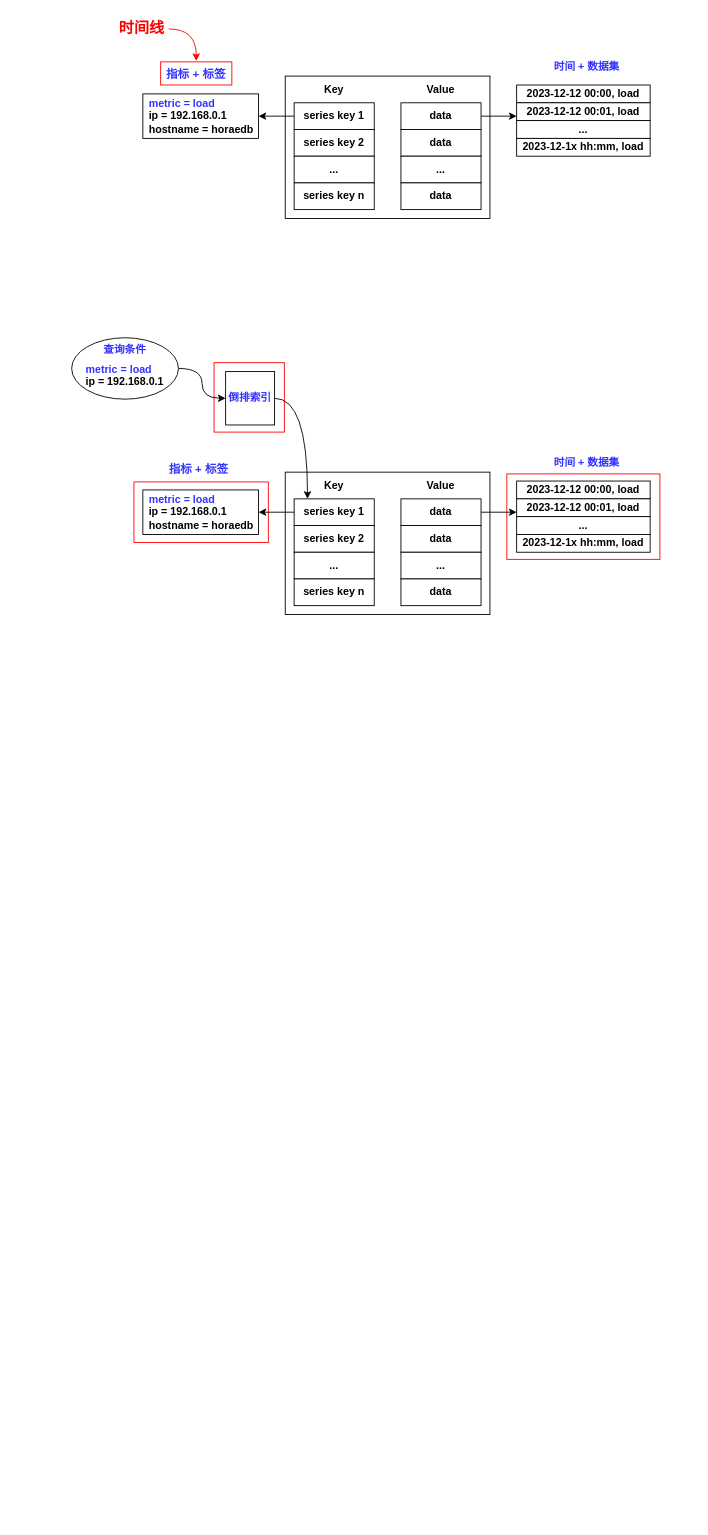
Above: series.drawio in Rachelint/drawio-store (draw.io), before the change. Source tidied: cells renumbered, new cells numbered last; positions are measured from the earlier drawing's top-left corner, leaving out a move shared by most shapes. Both pictures are drawn from the tidied source at 89%, with x=0, y=0 at pixel (71, 15).
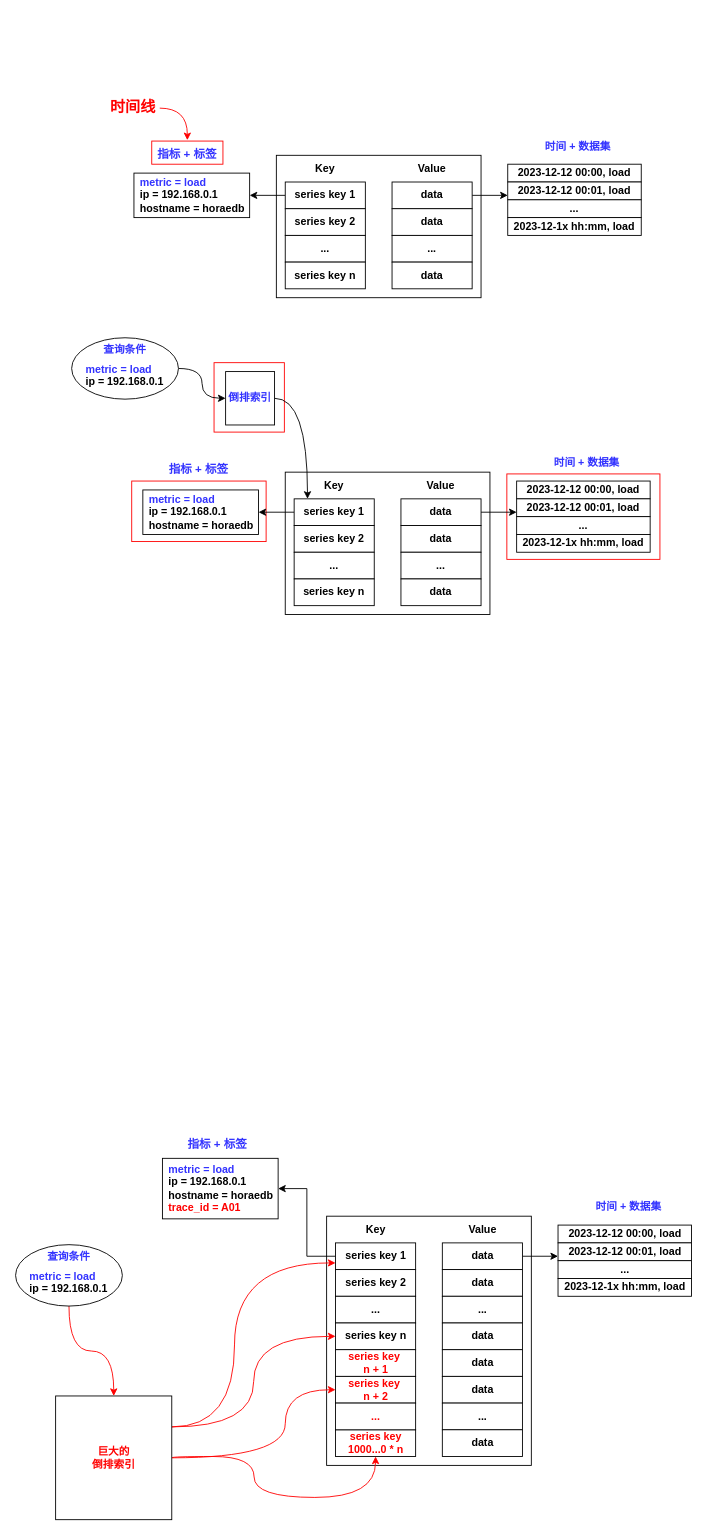
Above is the later version.

Diff of the diagram source:
```diff
@@
     <mxCell id="3" style="rounded=0;whiteSpace=wrap;html=1;strokeColor=#FF0000;" parent="1" vertex="1">
-      <mxGeometry x="70" y="524" width="151" height="68" as="geometry" />
+      <mxGeometry x="67.5" y="523" width="151" height="68" as="geometry" />
     </mxCell>
@@
     <mxCell id="7" style="rounded=0;whiteSpace=wrap;html=1;strokeColor=#FF0000;" parent="1" vertex="1">
-      <mxGeometry x="100" y="52" width="80" height="26" as="geometry" />
+      <mxGeometry x="90" y="141" width="80" height="26" as="geometry" />
     </mxCell>
     <mxCell id="8" style="rounded=0;whiteSpace=wrap;html=1;fontStyle=1;" parent="1" vertex="1">
-      <mxGeometry x="240" y="68" width="230" height="160" as="geometry" />
+      <mxGeometry x="230" y="157" width="230" height="160" as="geometry" />
     </mxCell>
     <mxCell id="9" style="rounded=0;whiteSpace=wrap;html=1;" parent="1" vertex="1">
-      <mxGeometry x="80" y="88" width="130" height="50" as="geometry" />
+      <mxGeometry x="70" y="177" width="130" height="50" as="geometry" />
     </mxCell>
     <mxCell id="10" value="&lt;div align=&quot;left&quot;&gt;&lt;b&gt;&lt;font color=&quot;#3333ff&quot;&gt;metric = load&lt;/font&gt;&lt;/b&gt;&lt;/div&gt;&lt;div align=&quot;left&quot;&gt;&lt;b&gt;ip = 192.168.0.1&lt;/b&gt;&lt;/div&gt;&lt;div align=&quot;left&quot;&gt;&lt;b&gt;hostname = horaedb&lt;br&gt;&lt;/b&gt;&lt;/div&gt;" style="text;html=1;strokeColor=none;fillColor=none;align=left;verticalAlign=middle;whiteSpace=wrap;rounded=0;" parent="1" vertex="1">
-      <mxGeometry x="85" y="98" width="120" height="30" as="geometry" />
+      <mxGeometry x="75" y="187" width="120" height="30" as="geometry" />
     </mxCell>
@@
     <mxCell id="12" value="series key 1" style="rounded=0;whiteSpace=wrap;html=1;fontStyle=1;" parent="1" vertex="1">
-      <mxGeometry x="250" y="98" width="90" height="30" as="geometry" />
+      <mxGeometry x="240" y="187" width="90" height="30" as="geometry" />
     </mxCell>
     <mxCell id="13" value="series key 2" style="rounded=0;whiteSpace=wrap;html=1;fontStyle=1;" parent="1" vertex="1">
-      <mxGeometry x="250" y="128" width="90" height="30" as="geometry" />
+      <mxGeometry x="240" y="217" width="90" height="30" as="geometry" />
     </mxCell>
     <mxCell id="14" value="&lt;span&gt;...&lt;/span&gt;" style="rounded=0;whiteSpace=wrap;html=1;fontStyle=1;" parent="1" vertex="1">
-      <mxGeometry x="250" y="158" width="90" height="30" as="geometry" />
+      <mxGeometry x="240" y="247" width="90" height="30" as="geometry" />
     </mxCell>
     <mxCell id="15" value="series key n" style="rounded=0;whiteSpace=wrap;html=1;fontStyle=1;" parent="1" vertex="1">
-      <mxGeometry x="250" y="188" width="90" height="30" as="geometry" />
+      <mxGeometry x="240" y="277" width="90" height="30" as="geometry" />
     </mxCell>
@@
     <mxCell id="17" value="data" style="rounded=0;whiteSpace=wrap;html=1;fontStyle=1;" parent="1" vertex="1">
-      <mxGeometry x="370" y="98" width="90" height="30" as="geometry" />
+      <mxGeometry x="360" y="187" width="90" height="30" as="geometry" />
     </mxCell>
     <mxCell id="18" value="data" style="rounded=0;whiteSpace=wrap;html=1;fontStyle=1;" parent="1" vertex="1">
-      <mxGeometry x="370" y="128" width="90" height="30" as="geometry" />
+      <mxGeometry x="360" y="217" width="90" height="30" as="geometry" />
     </mxCell>
     <mxCell id="19" value="&lt;span&gt;...&lt;/span&gt;" style="rounded=0;whiteSpace=wrap;html=1;fontStyle=1;" parent="1" vertex="1">
-      <mxGeometry x="370" y="158" width="90" height="30" as="geometry" />
+      <mxGeometry x="360" y="247" width="90" height="30" as="geometry" />
     </mxCell>
     <mxCell id="20" value="data" style="rounded=0;whiteSpace=wrap;html=1;fontStyle=1;" parent="1" vertex="1">
-      <mxGeometry x="370" y="188" width="90" height="30" as="geometry" />
+      <mxGeometry x="360" y="277" width="90" height="30" as="geometry" />
     </mxCell>
     <mxCell id="21" value="Key" style="text;html=1;strokeColor=none;fillColor=none;align=center;verticalAlign=middle;whiteSpace=wrap;rounded=0;fontStyle=1;" parent="1" vertex="1">
-      <mxGeometry x="265" y="68" width="60" height="30" as="geometry" />
+      <mxGeometry x="255" y="157" width="60" height="30" as="geometry" />
     </mxCell>
     <mxCell id="22" value="Value" style="text;html=1;strokeColor=none;fillColor=none;align=center;verticalAlign=middle;whiteSpace=wrap;rounded=0;fontStyle=1;" parent="1" vertex="1">
-      <mxGeometry x="385" y="68" width="60" height="30" as="geometry" />
+      <mxGeometry x="375" y="157" width="60" height="30" as="geometry" />
     </mxCell>
     <mxCell id="23" value="2023-12-12 00:00, load" style="rounded=0;whiteSpace=wrap;html=1;fontStyle=1;" parent="1" vertex="1">
-      <mxGeometry x="500" y="78" width="150" height="20" as="geometry" />
+      <mxGeometry x="490" y="167" width="150" height="20" as="geometry" />
     </mxCell>
     <mxCell id="24" value="2023-12-12 00:01, load" style="rounded=0;whiteSpace=wrap;html=1;fontStyle=1;" parent="1" vertex="1">
-      <mxGeometry x="500" y="98" width="150" height="20" as="geometry" />
+      <mxGeometry x="490" y="187" width="150" height="20" as="geometry" />
     </mxCell>
     <mxCell id="25" value="&lt;span&gt;...&lt;br&gt;&lt;/span&gt;" style="rounded=0;whiteSpace=wrap;html=1;fontStyle=1;" parent="1" vertex="1">
-      <mxGeometry x="500" y="118" width="150" height="20" as="geometry" />
+      <mxGeometry x="490" y="207" width="150" height="20" as="geometry" />
     </mxCell>
     <mxCell id="26" value="2023-12-1x hh:mm, load" style="rounded=0;whiteSpace=wrap;html=1;fontStyle=1;" parent="1" vertex="1">
-      <mxGeometry x="500" y="138" width="150" height="20" as="geometry" />
+      <mxGeometry x="490" y="227" width="150" height="20" as="geometry" />
     </mxCell>
     <mxCell id="27" value="&lt;font color=&quot;#3333ff&quot; style=&quot;font-size: 13px;&quot;&gt;&lt;b&gt;指标 + 标签&lt;br&gt;&lt;/b&gt;&lt;/font&gt;" style="text;html=1;strokeColor=none;fillColor=none;align=center;verticalAlign=middle;whiteSpace=wrap;rounded=0;" parent="1" vertex="1">
-      <mxGeometry x="103" y="51" width="74" height="30" as="geometry" />
+      <mxGeometry x="93" y="140" width="74" height="30" as="geometry" />
     </mxCell>
     <mxCell id="28" value="&lt;font color=&quot;#3333ff&quot;&gt;&lt;b&gt;时间 + 数据集&lt;br&gt;&lt;/b&gt;&lt;/font&gt;" style="text;html=1;strokeColor=none;fillColor=none;align=center;verticalAlign=middle;whiteSpace=wrap;rounded=0;" parent="1" vertex="1">
-      <mxGeometry x="537" y="43" width="84" height="30" as="geometry" />
+      <mxGeometry x="527" y="132" width="84" height="30" as="geometry" />
     </mxCell>
@@
     <mxCell id="30" value="&lt;font color=&quot;#ff0000&quot; style=&quot;font-size: 17px;&quot;&gt;&lt;b style=&quot;font-size: 17px;&quot;&gt;时间线&lt;/b&gt;&lt;/font&gt;" style="text;html=1;strokeColor=none;fillColor=none;align=center;verticalAlign=middle;whiteSpace=wrap;rounded=0;fontColor=#3333FF;fontSize=17;" parent="1" vertex="1">
-      <mxGeometry x="49" width="60" height="30" as="geometry" />
+      <mxGeometry x="39" y="89" width="60" height="30" as="geometry" />
     </mxCell>
@@
+    <mxCell id="56" style="rounded=0;whiteSpace=wrap;html=1;fontStyle=1;" parent="1" vertex="1">
+      <mxGeometry x="286.5" y="1349" width="230" height="280" as="geometry" />
+    </mxCell>
+    <mxCell id="57" style="rounded=0;whiteSpace=wrap;html=1;" parent="1" vertex="1">
+      <mxGeometry x="102" y="1284" width="130" height="68" as="geometry" />
+    </mxCell>
+    <mxCell id="58" value="&lt;div align=&quot;left&quot;&gt;&lt;b&gt;&lt;font color=&quot;#3333ff&quot;&gt;metric = load&lt;/font&gt;&lt;/b&gt;&lt;/div&gt;&lt;div align=&quot;left&quot;&gt;&lt;b&gt;ip = 192.168.0.1&lt;/b&gt;&lt;/div&gt;&lt;div align=&quot;left&quot;&gt;&lt;b&gt;hostname = horaedb&lt;br&gt;&lt;/b&gt;&lt;/div&gt;&lt;div&gt;&lt;font color=&quot;#ff0000&quot;&gt;&lt;b&gt;trace_id = A01&lt;/b&gt;&lt;/font&gt;&lt;br&gt;&lt;/div&gt;" style="text;html=1;strokeColor=none;fillColor=none;align=left;verticalAlign=middle;whiteSpace=wrap;rounded=0;" parent="1" vertex="1">
+      <mxGeometry x="107" y="1294" width="120" height="48" as="geometry" />
+    </mxCell>
+    <mxCell id="59" style="edgeStyle=orthogonalEdgeStyle;rounded=0;jettySize=auto;html=1;exitX=0;exitY=0.5;exitDx=0;exitDy=0;entryX=1;entryY=0.5;entryDx=0;entryDy=0;fontStyle=1;" parent="1" edge="1" source="60" target="57">
+      <mxGeometry relative="1" as="geometry" />
+    </mxCell>
+    <mxCell id="60" value="series key 1" style="rounded=0;whiteSpace=wrap;html=1;fontStyle=1;" parent="1" vertex="1">
+      <mxGeometry x="296.5" y="1379" width="90" height="30" as="geometry" />
+    </mxCell>
+    <mxCell id="61" value="series key 2" style="rounded=0;whiteSpace=wrap;html=1;fontStyle=1;" parent="1" vertex="1">
+      <mxGeometry x="296.5" y="1409" width="90" height="30" as="geometry" />
+    </mxCell>
+    <mxCell id="62" value="&lt;span&gt;...&lt;/span&gt;" style="rounded=0;whiteSpace=wrap;html=1;fontStyle=1;" parent="1" vertex="1">
+      <mxGeometry x="296.5" y="1439" width="90" height="30" as="geometry" />
+    </mxCell>
+    <mxCell id="63" value="series key n" style="rounded=0;whiteSpace=wrap;html=1;fontStyle=1;" parent="1" vertex="1">
+      <mxGeometry x="296.5" y="1469" width="90" height="30" as="geometry" />
+    </mxCell>
+    <mxCell id="64" style="edgeStyle=orthogonalEdgeStyle;rounded=0;jettySize=auto;html=1;exitX=1;exitY=0.5;exitDx=0;exitDy=0;entryX=0;entryY=0.75;entryDx=0;entryDy=0;" parent="1" edge="1" source="65" target="72">
+      <mxGeometry relative="1" as="geometry" />
+    </mxCell>
+    <mxCell id="65" value="data" style="rounded=0;whiteSpace=wrap;html=1;fontStyle=1;" parent="1" vertex="1">
+      <mxGeometry x="416.5" y="1379" width="90" height="30" as="geometry" />
+    </mxCell>
+    <mxCell id="66" value="data" style="rounded=0;whiteSpace=wrap;html=1;fontStyle=1;" parent="1" vertex="1">
+      <mxGeometry x="416.5" y="1409" width="90" height="30" as="geometry" />
+    </mxCell>
+    <mxCell id="67" value="&lt;span&gt;...&lt;/span&gt;" style="rounded=0;whiteSpace=wrap;html=1;fontStyle=1;" parent="1" vertex="1">
+      <mxGeometry x="416.5" y="1439" width="90" height="30" as="geometry" />
+    </mxCell>
+    <mxCell id="68" value="data" style="rounded=0;whiteSpace=wrap;html=1;fontStyle=1;" parent="1" vertex="1">
+      <mxGeometry x="416.5" y="1469" width="90" height="30" as="geometry" />
+    </mxCell>
+    <mxCell id="69" value="Key" style="text;html=1;strokeColor=none;fillColor=none;align=center;verticalAlign=middle;whiteSpace=wrap;rounded=0;fontStyle=1;" parent="1" vertex="1">
+      <mxGeometry x="311.5" y="1349" width="60" height="30" as="geometry" />
+    </mxCell>
+    <mxCell id="70" value="Value" style="text;html=1;strokeColor=none;fillColor=none;align=center;verticalAlign=middle;whiteSpace=wrap;rounded=0;fontStyle=1;" parent="1" vertex="1">
+      <mxGeometry x="431.5" y="1349" width="60" height="30" as="geometry" />
+    </mxCell>
+    <mxCell id="71" value="2023-12-12 00:00, load" style="rounded=0;whiteSpace=wrap;html=1;fontStyle=1;" parent="1" vertex="1">
+      <mxGeometry x="546.5" y="1359" width="150" height="20" as="geometry" />
+    </mxCell>
+    <mxCell id="72" value="2023-12-12 00:01, load" style="rounded=0;whiteSpace=wrap;html=1;fontStyle=1;" parent="1" vertex="1">
+      <mxGeometry x="546.5" y="1379" width="150" height="20" as="geometry" />
+    </mxCell>
+    <mxCell id="73" value="&lt;span&gt;...&lt;br&gt;&lt;/span&gt;" style="rounded=0;whiteSpace=wrap;html=1;fontStyle=1;" parent="1" vertex="1">
+      <mxGeometry x="546.5" y="1399" width="150" height="20" as="geometry" />
+    </mxCell>
+    <mxCell id="74" value="2023-12-1x hh:mm, load" style="rounded=0;whiteSpace=wrap;html=1;fontStyle=1;" parent="1" vertex="1">
+      <mxGeometry x="546.5" y="1419" width="150" height="20" as="geometry" />
+    </mxCell>
+    <mxCell id="75" value="&lt;font color=&quot;#3333ff&quot; style=&quot;font-size: 13px;&quot;&gt;&lt;b&gt;指标 + 标签&lt;br&gt;&lt;/b&gt;&lt;/font&gt;" style="text;html=1;strokeColor=none;fillColor=none;align=center;verticalAlign=middle;whiteSpace=wrap;rounded=0;" parent="1" vertex="1">
+      <mxGeometry x="127" y="1253" width="73.5" height="30" as="geometry" />
+    </mxCell>
+    <mxCell id="76" value="&lt;font color=&quot;#3333ff&quot;&gt;&lt;b&gt;时间 + 数据集&lt;br&gt;&lt;/b&gt;&lt;/font&gt;" style="text;html=1;strokeColor=none;fillColor=none;align=center;verticalAlign=middle;whiteSpace=wrap;rounded=0;" parent="1" vertex="1">
+      <mxGeometry x="583.5" y="1324" width="84" height="30" as="geometry" />
+    </mxCell>
+    <mxCell id="77" value="&lt;div&gt;&lt;font color=&quot;#ff0000&quot;&gt;series key&amp;nbsp;&lt;/font&gt;&lt;/div&gt;&lt;div&gt;&lt;font color=&quot;#ff0000&quot;&gt;n + 1&lt;br&gt;&lt;/font&gt;&lt;/div&gt;" style="rounded=0;whiteSpace=wrap;html=1;fontStyle=1;" parent="1" vertex="1">
+      <mxGeometry x="296.5" y="1499" width="90" height="30" as="geometry" />
+    </mxCell>
+    <mxCell id="78" value="&lt;div&gt;&lt;font color=&quot;#ff0000&quot;&gt;series key&amp;nbsp;&lt;/font&gt;&lt;/div&gt;&lt;div&gt;&lt;font color=&quot;#ff0000&quot;&gt;n + 2&lt;br&gt;&lt;/font&gt;&lt;/div&gt;" style="rounded=0;whiteSpace=wrap;html=1;fontStyle=1;" parent="1" vertex="1">
+      <mxGeometry x="296.5" y="1529" width="90" height="30" as="geometry" />
+    </mxCell>
+    <mxCell id="79" value="&lt;div&gt;&lt;font color=&quot;#ff0000&quot;&gt;series key&lt;/font&gt;&lt;/div&gt;&lt;div&gt;&lt;font color=&quot;#ff0000&quot;&gt;1000...0 * n&lt;br&gt;&lt;/font&gt;&lt;/div&gt;" style="rounded=0;whiteSpace=wrap;html=1;fontStyle=1;" parent="1" vertex="1">
+      <mxGeometry x="296.5" y="1589" width="90" height="30" as="geometry" />
+    </mxCell>
+    <mxCell id="80" value="data" style="rounded=0;whiteSpace=wrap;html=1;fontStyle=1;" parent="1" vertex="1">
+      <mxGeometry x="416.5" y="1499" width="90" height="30" as="geometry" />
+    </mxCell>
+    <mxCell id="81" value="data" style="rounded=0;whiteSpace=wrap;html=1;fontStyle=1;" parent="1" vertex="1">
+      <mxGeometry x="416.5" y="1529" width="90" height="30" as="geometry" />
+    </mxCell>
+    <mxCell id="82" value="&lt;span&gt;...&lt;/span&gt;" style="rounded=0;whiteSpace=wrap;html=1;fontStyle=1;" parent="1" vertex="1">
+      <mxGeometry x="416.5" y="1559" width="90" height="30" as="geometry" />
+    </mxCell>
+    <mxCell id="83" value="data" style="rounded=0;whiteSpace=wrap;html=1;fontStyle=1;" parent="1" vertex="1">
+      <mxGeometry x="416.5" y="1589" width="90" height="30" as="geometry" />
+    </mxCell>
+    <mxCell id="84" value="&lt;font color=&quot;#ff0000&quot;&gt;&lt;span&gt;...&lt;/span&gt;&lt;/font&gt;" style="rounded=0;whiteSpace=wrap;html=1;fontStyle=1;" parent="1" vertex="1">
+      <mxGeometry x="296.5" y="1559" width="90" height="30" as="geometry" />
+    </mxCell>
+    <mxCell id="85" style="edgeStyle=orthogonalEdgeStyle;rounded=0;jettySize=auto;html=1;exitX=1;exitY=0.25;exitDx=0;exitDy=0;entryX=0;entryY=0.75;entryDx=0;entryDy=0;curved=1;strokeColor=#FF0000;" parent="1" edge="1" source="89" target="60">
+      <mxGeometry relative="1" as="geometry">
+        <Array as="points">
+          <mxPoint x="183" y="1586" />
+          <mxPoint x="183" y="1402" />
+        </Array>
+      </mxGeometry>
+    </mxCell>
+    <mxCell id="86" style="edgeStyle=orthogonalEdgeStyle;rounded=0;jettySize=auto;html=1;exitX=1;exitY=0.5;exitDx=0;exitDy=0;curved=1;strokeColor=#FF0000;" parent="1" edge="1" source="89" target="78">
+      <mxGeometry relative="1" as="geometry">
+        <Array as="points">
+          <mxPoint x="240" y="1621" />
+          <mxPoint x="240" y="1544" />
+        </Array>
+      </mxGeometry>
+    </mxCell>
+    <mxCell id="87" style="edgeStyle=orthogonalEdgeStyle;rounded=0;jettySize=auto;html=1;exitX=1;exitY=0.25;exitDx=0;exitDy=0;entryX=0;entryY=0.5;entryDx=0;entryDy=0;curved=1;strokeColor=#FF0000;" parent="1" edge="1" source="89" target="63">
+      <mxGeometry relative="1" as="geometry" />
+    </mxCell>
+    <mxCell id="88" style="edgeStyle=orthogonalEdgeStyle;rounded=0;jettySize=auto;html=1;exitX=1;exitY=0.5;exitDx=0;exitDy=0;entryX=0.5;entryY=1;entryDx=0;entryDy=0;curved=1;strokeColor=#FF0000;" parent="1" edge="1" source="89" target="79">
+      <mxGeometry relative="1" as="geometry">
+        <Array as="points">
+          <mxPoint x="113" y="1619" />
+          <mxPoint x="205" y="1619" />
+          <mxPoint x="205" y="1665" />
+          <mxPoint x="342" y="1665" />
+        </Array>
+      </mxGeometry>
+    </mxCell>
+    <mxCell id="89" value="&lt;div&gt;&lt;font color=&quot;#ff0000&quot;&gt;&lt;b&gt;巨大的&lt;br&gt;&lt;/b&gt;&lt;/font&gt;&lt;/div&gt;&lt;div&gt;&lt;font color=&quot;#ff0000&quot;&gt;&lt;b&gt;倒排索引&lt;/b&gt;&lt;/font&gt;&lt;/div&gt;" style="rounded=0;whiteSpace=wrap;html=1;" parent="1" vertex="1">
+      <mxGeometry x="-18" y="1551" width="130.5" height="139" as="geometry" />
+    </mxCell>
+    <mxCell id="90" style="edgeStyle=orthogonalEdgeStyle;rounded=0;jettySize=auto;html=1;exitX=0.5;exitY=1;exitDx=0;exitDy=0;curved=1;strokeColor=#FF0000;" parent="1" edge="1" source="91" target="89">
+      <mxGeometry relative="1" as="geometry" />
+    </mxCell>
+    <mxCell id="91" style="ellipse;whiteSpace=wrap;html=1;" parent="1" vertex="1">
+      <mxGeometry x="-63" y="1381" width="120" height="69" as="geometry" />
+    </mxCell>
+    <mxCell id="92" value="&lt;div align=&quot;left&quot;&gt;&lt;b&gt;&lt;font color=&quot;#3333ff&quot;&gt;metric = load&lt;/font&gt;&lt;/b&gt;&lt;/div&gt;&lt;div align=&quot;left&quot;&gt;&lt;b&gt;ip = 192.168.0.1&lt;/b&gt;&lt;/div&gt;" style="text;whiteSpace=wrap;html=1;" parent="1" vertex="1">
+      <mxGeometry x="-49" y="1403" width="95" height="38" as="geometry" />
+    </mxCell>
+    <mxCell id="93" value="&lt;font color=&quot;#3333ff&quot;&gt;&lt;b&gt;查询条件&lt;/b&gt;&lt;/font&gt;" style="text;html=1;strokeColor=none;fillColor=none;align=center;verticalAlign=middle;whiteSpace=wrap;rounded=0;" parent="1" vertex="1">
+      <mxGeometry x="-33.5" y="1381" width="60" height="28" as="geometry" />
+    </mxCell>
```
